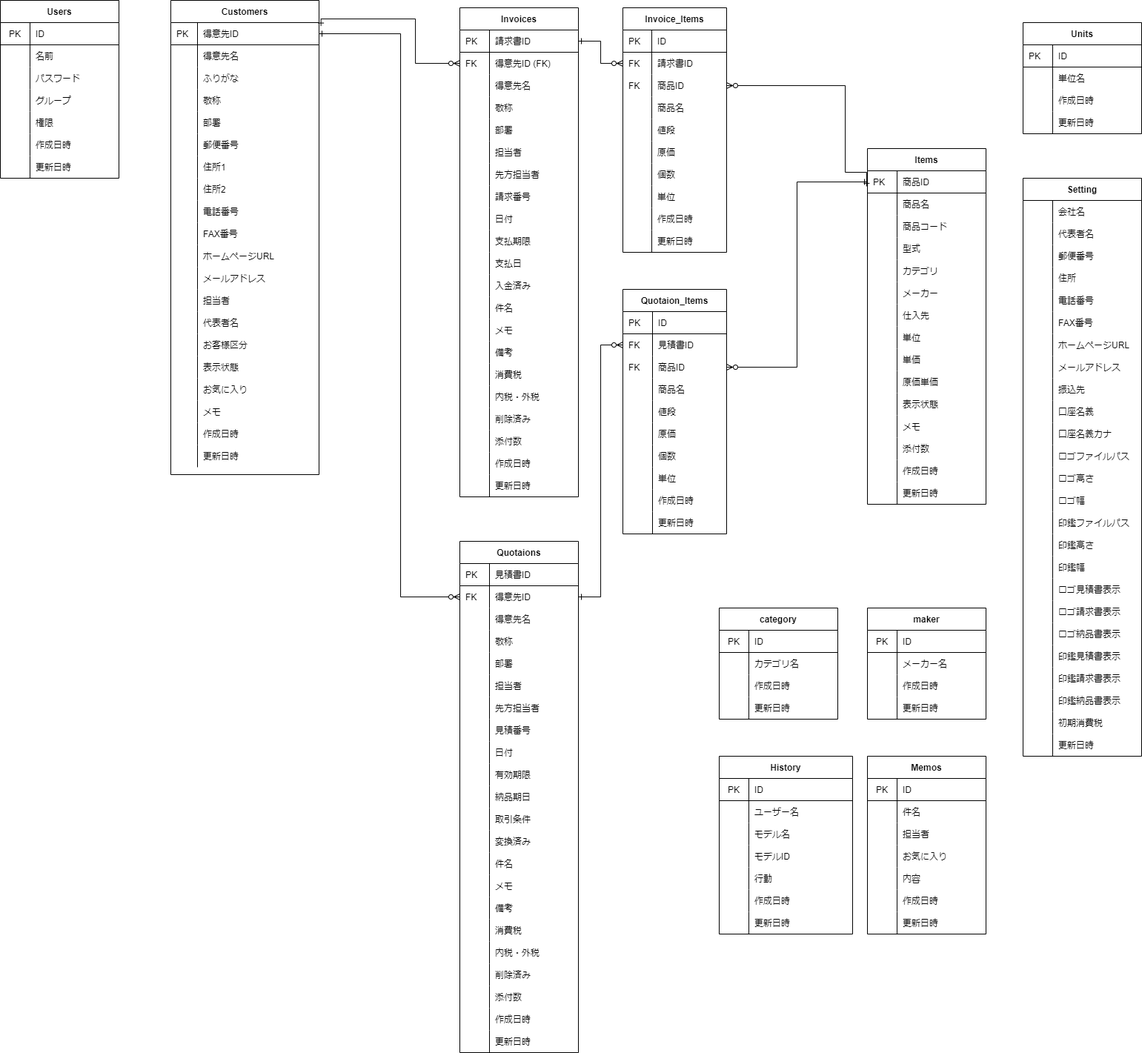
Earlier version of the draw.io export soho_er.png (gamasenninn/caddie-clone). Source tidied: cells renumbered, new cells last; positions are measured from the earlier drawing's top-left corner, leaving out a move shared by most shapes.
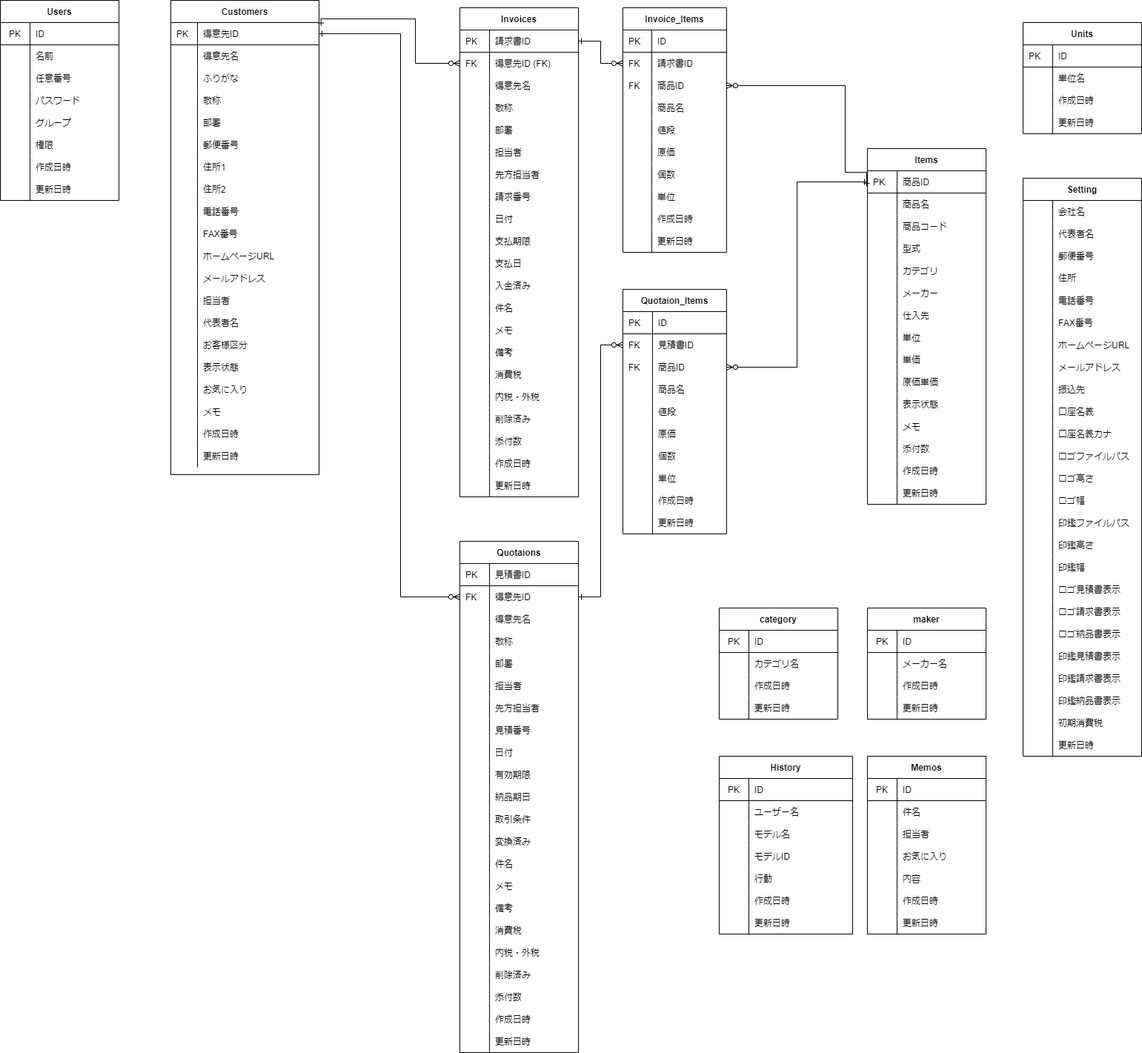
After the change.

The edit, as a diff of the source:
```diff
@@ -1269,7 +1269,7 @@
       <mxGeometry x="40" width="120" height="30" as="geometry" />
     </mxCell>
     <mxCell id="419" value="Users" style="shape=table;startSize=30;rowLines=0;fontStyle=1;align=center;" parent="1" vertex="1">
-      <mxGeometry width="160" height="240" as="geometry" />
+      <mxGeometry width="160" height="270" as="geometry" />
     </mxCell>
     <mxCell id="420" style="shape=partialRectangle;html=1;whiteSpace=wrap;fillColor=none;top=0;left=0;bottom=1;right=0;" parent="419" vertex="1">
       <mxGeometry y="30" width="160" height="30" as="geometry" />
@@ -1289,8 +1289,17 @@
     <mxCell id="425" value="名前" style="shape=partialRectangle;html=1;whiteSpace=wrap;fillColor=none;top=0;left=0;bottom=0;right=0;align=left;spacingLeft=6;overflow=hidden;" parent="423" vertex="1">
       <mxGeometry x="40" width="120" height="30" as="geometry" />
     </mxCell>
+    <mxCell id="489" style="shape=partialRectangle;html=1;whiteSpace=wrap;fillColor=none;top=0;left=0;bottom=0;right=0;" parent="419" vertex="1">
+      <mxGeometry y="90" width="160" height="30" as="geometry" />
+    </mxCell>
+    <mxCell id="490" style="shape=partialRectangle;html=1;whiteSpace=wrap;fillColor=none;top=0;left=0;bottom=0;right=0;overflow=hidden;" parent="489" vertex="1">
+      <mxGeometry width="40" height="30" as="geometry" />
+    </mxCell>
+    <mxCell id="491" value="任意番号" style="shape=partialRectangle;html=1;whiteSpace=wrap;fillColor=none;top=0;left=0;bottom=0;right=0;align=left;spacingLeft=6;overflow=hidden;" parent="489" vertex="1">
+      <mxGeometry x="40" width="120" height="30" as="geometry" />
+    </mxCell>
     <mxCell id="426" style="shape=partialRectangle;html=1;whiteSpace=wrap;fillColor=none;top=0;left=0;bottom=0;right=0;" parent="419" vertex="1">
-      <mxGeometry y="90" width="160" height="30" as="geometry" />
+      <mxGeometry y="120" width="160" height="30" as="geometry" />
     </mxCell>
     <mxCell id="427" style="shape=partialRectangle;html=1;whiteSpace=wrap;fillColor=none;top=0;left=0;bottom=0;right=0;overflow=hidden;" parent="426" vertex="1">
       <mxGeometry width="40" height="30" as="geometry" />
@@ -1299,7 +1308,7 @@
       <mxGeometry x="40" width="120" height="30" as="geometry" />
     </mxCell>
     <mxCell id="429" style="shape=partialRectangle;html=1;whiteSpace=wrap;fillColor=none;top=0;left=0;bottom=0;right=0;" parent="419" vertex="1">
-      <mxGeometry y="120" width="160" height="30" as="geometry" />
+      <mxGeometry y="150" width="160" height="30" as="geometry" />
     </mxCell>
     <mxCell id="430" style="shape=partialRectangle;html=1;whiteSpace=wrap;fillColor=none;top=0;left=0;bottom=0;right=0;overflow=hidden;" parent="429" vertex="1">
       <mxGeometry width="40" height="30" as="geometry" />
@@ -1308,7 +1317,7 @@
       <mxGeometry x="40" width="120" height="30" as="geometry" />
     </mxCell>
     <mxCell id="432" style="shape=partialRectangle;html=1;whiteSpace=wrap;fillColor=none;top=0;left=0;bottom=0;right=0;" parent="419" vertex="1">
-      <mxGeometry y="150" width="160" height="30" as="geometry" />
+      <mxGeometry y="180" width="160" height="30" as="geometry" />
     </mxCell>
     <mxCell id="433" style="shape=partialRectangle;html=1;whiteSpace=wrap;fillColor=none;top=0;left=0;bottom=0;right=0;overflow=hidden;" parent="432" vertex="1">
       <mxGeometry width="40" height="30" as="geometry" />
@@ -1317,7 +1326,7 @@
       <mxGeometry x="40" width="120" height="30" as="geometry" />
     </mxCell>
     <mxCell id="435" style="shape=partialRectangle;html=1;whiteSpace=wrap;fillColor=none;top=0;left=0;bottom=0;right=0;" parent="419" vertex="1">
-      <mxGeometry y="180" width="160" height="30" as="geometry" />
+      <mxGeometry y="210" width="160" height="30" as="geometry" />
     </mxCell>
     <mxCell id="436" style="shape=partialRectangle;html=1;whiteSpace=wrap;fillColor=none;top=0;left=0;bottom=0;right=0;overflow=hidden;" parent="435" vertex="1">
       <mxGeometry width="40" height="30" as="geometry" />
@@ -1326,7 +1335,7 @@
       <mxGeometry x="40" width="120" height="30" as="geometry" />
     </mxCell>
     <mxCell id="438" style="shape=partialRectangle;html=1;whiteSpace=wrap;fillColor=none;top=0;left=0;bottom=0;right=0;" parent="419" vertex="1">
-      <mxGeometry y="210" width="160" height="30" as="geometry" />
+      <mxGeometry y="240" width="160" height="30" as="geometry" />
     </mxCell>
     <mxCell id="439" style="shape=partialRectangle;html=1;whiteSpace=wrap;fillColor=none;top=0;left=0;bottom=0;right=0;overflow=hidden;" parent="438" vertex="1">
       <mxGeometry width="40" height="30" as="geometry" />
```
